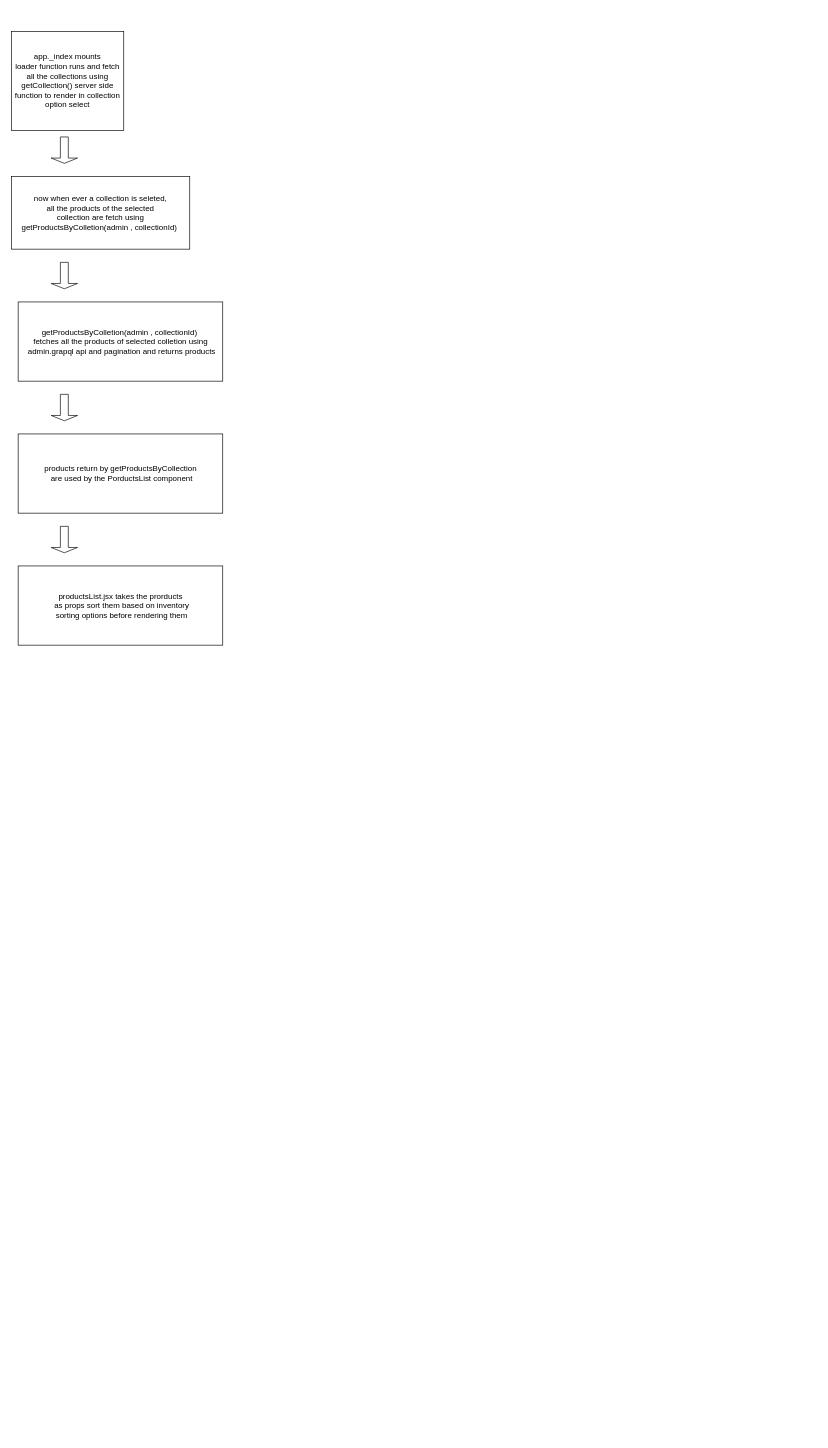
The draw.io diagram Untitled Diagram.drawio in AttaMishwani/webhook, before the edit. Source tidied: cells renumbered, new cells numbered last; positions are measured from the earlier drawing's top-left corner, leaving out a move shared by most shapes. Both pictures are drawn from the tidied source at 66%, with x=0, y=0 at pixel (11, 31).
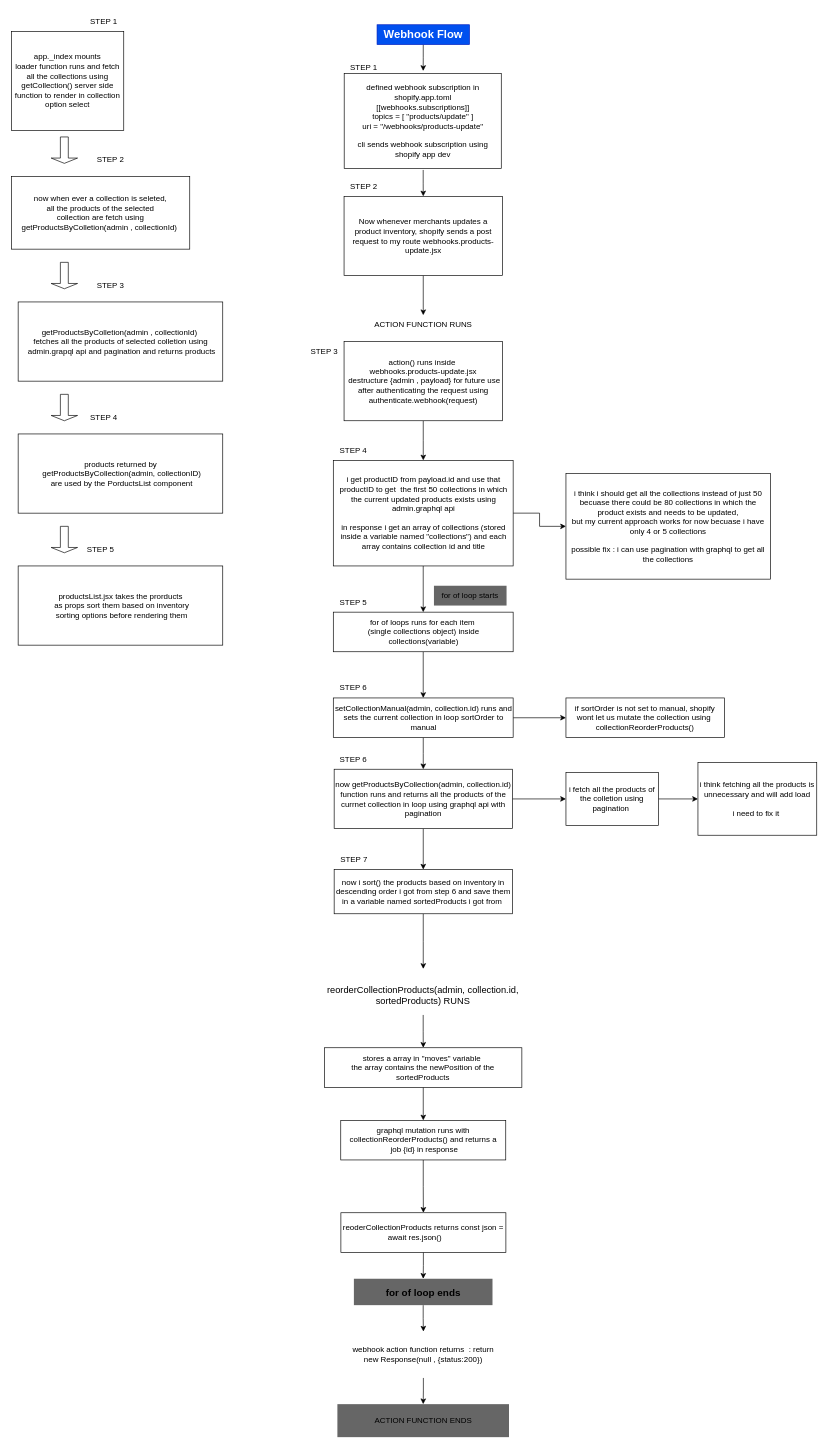
After the change.

Diff of the diagram source:
```diff
@@
-    <mxCell id="8" value="products return by getProductsByCollection&lt;div&gt;&amp;nbsp;are used by the PorductsList component&lt;/div&gt;" style="rounded=0;html=1;" parent="1" vertex="1">
+    <mxCell id="8" value="products returned by&lt;div&gt;&amp;nbsp;getProductsByCollection(admin, collectionID)&lt;div&gt;&amp;nbsp;are used by the PorductsList component&lt;/div&gt;&lt;/div&gt;" style="rounded=0;html=1;" parent="1" vertex="1">
       <mxGeometry x="10" y="610" width="310" height="120" as="geometry" />
     </mxCell>
@@
+    <mxCell id="11" value="STEP 1" style="text;html=1;whiteSpace=wrap;strokeColor=none;fillColor=none;align=center;verticalAlign=middle;rounded=0;" parent="1" vertex="1">
+      <mxGeometry x="110" y="-30" width="60" height="30" as="geometry" />
+    </mxCell>
+    <mxCell id="12" value="STEP 2" style="text;html=1;whiteSpace=wrap;strokeColor=none;fillColor=none;align=center;verticalAlign=middle;rounded=0;" parent="1" vertex="1">
+      <mxGeometry x="120" y="180" width="60" height="30" as="geometry" />
+    </mxCell>
+    <mxCell id="13" value="STEP 3" style="text;html=1;whiteSpace=wrap;strokeColor=none;fillColor=none;align=center;verticalAlign=middle;rounded=0;" parent="1" vertex="1">
+      <mxGeometry x="120" y="370" width="60" height="30" as="geometry" />
+    </mxCell>
+    <mxCell id="14" value="STEP 4" style="text;html=1;whiteSpace=wrap;strokeColor=none;fillColor=none;align=center;verticalAlign=middle;rounded=0;" parent="1" vertex="1">
+      <mxGeometry x="110" y="570" width="60" height="30" as="geometry" />
+    </mxCell>
+    <mxCell id="15" value="STEP 5" style="text;html=1;whiteSpace=wrap;strokeColor=none;fillColor=none;align=center;verticalAlign=middle;rounded=0;" parent="1" vertex="1">
+      <mxGeometry x="105" y="770" width="60" height="30" as="geometry" />
+    </mxCell>
+    <mxCell id="16" style="edgeStyle=orthogonalEdgeStyle;rounded=0;jettySize=auto;html=1;" parent="1" edge="1" source="17" target="19">
+      <mxGeometry relative="1" as="geometry" />
+    </mxCell>
+    <mxCell id="17" value="Webhook Flow" style="text;html=1;whiteSpace=wrap;strokeColor=#001DBC;fillColor=#0050ef;align=center;verticalAlign=middle;rounded=0;fontColor=#ffffff;gradientColor=none;fontSize=17;fontStyle=1;" parent="1" vertex="1">
+      <mxGeometry x="553.8" y="-10" width="140" height="30" as="geometry" />
+    </mxCell>
+    <mxCell id="18" style="edgeStyle=orthogonalEdgeStyle;rounded=0;jettySize=auto;html=1;" parent="1" edge="1" source="19" target="21">
+      <mxGeometry relative="1" as="geometry" />
+    </mxCell>
+    <mxCell id="19" value="&lt;br&gt;defined webhook subscription in shopify.app.toml&lt;div style=&quot;forced-color-adjust: none; box-shadow: none !important;&quot;&gt;&lt;div style=&quot;forced-color-adjust: none; box-shadow: none !important;&quot;&gt;[[webhooks.subscriptions]]&lt;/div&gt;&lt;div style=&quot;forced-color-adjust: none; box-shadow: none !important;&quot;&gt;topics = [ &quot;products/update&quot; ]&lt;/div&gt;&lt;div style=&quot;forced-color-adjust: none; box-shadow: none !important;&quot;&gt;uri = &quot;/webhooks/products-update&quot;&lt;/div&gt;&lt;/div&gt;&lt;div style=&quot;forced-color-adjust: none; box-shadow: none !important;&quot;&gt;&lt;br style=&quot;forced-color-adjust: none; box-shadow: none !important;&quot;&gt;&lt;/div&gt;&lt;div style=&quot;forced-color-adjust: none; box-shadow: none !important;&quot;&gt;cli sends webhook subscription using shopify app dev&lt;/div&gt;&lt;div style=&quot;forced-color-adjust: none; box-shadow: none !important;&quot;&gt;&lt;br&gt;&lt;/div&gt;" style="text;html=1;whiteSpace=wrap;strokeColor=none;fillColor=none;align=center;verticalAlign=middle;rounded=0;labelBackgroundColor=default;labelBorderColor=light-dark(#000000,#4D4D4D);spacingTop=2;spacing=4;" parent="1" vertex="1">
+      <mxGeometry x="501.2" y="60" width="245" height="150" as="geometry" />
+    </mxCell>
+    <mxCell id="20" style="edgeStyle=orthogonalEdgeStyle;rounded=0;jettySize=auto;html=1;" parent="1" edge="1" source="21" target="24">
+      <mxGeometry relative="1" as="geometry" />
+    </mxCell>
+    <mxCell id="21" value="Now whenever merchants updates a product inventory, shopify sends a post request to my route webhooks.products-update.jsx" style="rounded=0;whiteSpace=wrap;html=1;strokeColor=light-dark(#000000,#4D4D4D);" parent="1" vertex="1">
+      <mxGeometry x="503.8" y="250" width="240" height="120" as="geometry" />
+    </mxCell>
+    <mxCell id="22" style="edgeStyle=orthogonalEdgeStyle;rounded=0;jettySize=auto;html=1;" parent="1" edge="1" source="23" target="27">
+      <mxGeometry relative="1" as="geometry" />
+    </mxCell>
+    <mxCell id="23" value="action() runs inside&amp;nbsp;&lt;div&gt;webhooks.products-update.jsx&lt;div&gt;&amp;nbsp;destructure {admin , payload} for future use after authenticating the request using authenticate.webhook(request)&lt;/div&gt;&lt;/div&gt;" style="rounded=0;whiteSpace=wrap;html=1;strokeColor=light-dark(#000000,#4D4D4D);" parent="1" vertex="1">
+      <mxGeometry x="503.8" y="470" width="240" height="120" as="geometry" />
+    </mxCell>
+    <mxCell id="24" value="ACTION FUNCTION RUNS" style="text;html=1;whiteSpace=wrap;strokeColor=none;fillColor=light-dark(#FFFFFF,#333333);align=center;verticalAlign=middle;rounded=0;" parent="1" vertex="1">
+      <mxGeometry x="518.8" y="430" width="210" height="30" as="geometry" />
+    </mxCell>
+    <mxCell id="25" style="edgeStyle=orthogonalEdgeStyle;rounded=0;jettySize=auto;html=1;" parent="1" edge="1" source="27" target="28">
+      <mxGeometry relative="1" as="geometry" />
+    </mxCell>
+    <mxCell id="26" style="edgeStyle=orthogonalEdgeStyle;rounded=0;jettySize=auto;html=1;" parent="1" edge="1" source="27" target="30">
+      <mxGeometry relative="1" as="geometry" />
+    </mxCell>
+    <mxCell id="27" value="i get productID from payload.id and use that productID to get&amp;nbsp; the first 50 collections in which the current updated products exists using admin.graphql api&lt;div&gt;&lt;br&gt;&lt;/div&gt;&lt;div&gt;in response i get an array of collections (stored inside a variable named &quot;collections&quot;) and each array contains collection id and title&lt;/div&gt;" style="rounded=0;whiteSpace=wrap;html=1;strokeColor=light-dark(#000000,#4D4D4D);" parent="1" vertex="1">
+      <mxGeometry x="487.5" y="650" width="272.5" height="160" as="geometry" />
+    </mxCell>
+    <mxCell id="28" value="i think i should get all the collections instead of just 50 becuase there could be 80 collections in which the product exists and needs to be updated,&lt;div&gt;but my current approach works for now becuase i have only 4 or 5 collections&lt;/div&gt;&lt;div&gt;&lt;br&gt;&lt;/div&gt;&lt;div&gt;possible fix : i can use pagination with graphql to get all the collections&lt;/div&gt;" style="whiteSpace=wrap;html=1;strokeColor=light-dark(#000000,#4D4D4D);rounded=0;fillColor=light-dark(#FFFFFF,#FF3333);" parent="1" vertex="1">
+      <mxGeometry x="840" y="670" width="310" height="160" as="geometry" />
+    </mxCell>
+    <mxCell id="29" style="edgeStyle=orthogonalEdgeStyle;rounded=0;jettySize=auto;html=1;" parent="1" edge="1" source="30" target="34">
+      <mxGeometry relative="1" as="geometry" />
+    </mxCell>
+    <mxCell id="30" value="for of loops runs for each item&amp;nbsp;&lt;div&gt;(single collections object) inside collections(variable)&lt;/div&gt;" style="rounded=0;whiteSpace=wrap;html=1;strokeColor=light-dark(#000000,#4D4D4D);" parent="1" vertex="1">
+      <mxGeometry x="487.5" y="880" width="272.5" height="60" as="geometry" />
+    </mxCell>
+    <mxCell id="31" value="for of loop starts" style="text;html=1;whiteSpace=wrap;strokeColor=none;fillColor=light-dark(#666666,#333333);align=center;verticalAlign=middle;rounded=0;fontFamily=Helvetica;fontSize=12;fontColor=default;" parent="1" vertex="1">
+      <mxGeometry x="640" y="840" width="110" height="30" as="geometry" />
+    </mxCell>
+    <mxCell id="32" style="edgeStyle=orthogonalEdgeStyle;rounded=0;jettySize=auto;html=1;" parent="1" edge="1" source="34" target="35">
+      <mxGeometry relative="1" as="geometry" />
+    </mxCell>
+    <mxCell id="33" style="edgeStyle=orthogonalEdgeStyle;rounded=0;jettySize=auto;html=1;" parent="1" edge="1" source="34" target="38">
+      <mxGeometry relative="1" as="geometry" />
+    </mxCell>
+    <mxCell id="34" value="setCollectionManual(admin, collection.id) runs and sets the current collection in loop sortOrder to manual" style="rounded=0;whiteSpace=wrap;html=1;strokeColor=light-dark(#000000,#4D4D4D);" parent="1" vertex="1">
+      <mxGeometry x="487.5" y="1010" width="272.5" height="60" as="geometry" />
+    </mxCell>
+    <mxCell id="35" value="if sortOrder is not set to manual, shopify wont let us mutate the collection using&amp;nbsp; collectionReorderProducts()" style="whiteSpace=wrap;html=1;strokeColor=light-dark(#000000,#4D4D4D);rounded=0;fillColor=light-dark(#FFFFFF,#808080);" parent="1" vertex="1">
+      <mxGeometry x="840" y="1010" width="240" height="60" as="geometry" />
+    </mxCell>
+    <mxCell id="36" style="edgeStyle=orthogonalEdgeStyle;rounded=0;jettySize=auto;html=1;" parent="1" edge="1" source="38" target="47">
+      <mxGeometry relative="1" as="geometry" />
+    </mxCell>
+    <mxCell id="37" style="edgeStyle=orthogonalEdgeStyle;rounded=0;jettySize=auto;html=1;" parent="1" edge="1" source="38" target="50">
+      <mxGeometry relative="1" as="geometry" />
+    </mxCell>
+    <mxCell id="38" value="now getProductsByCollection(admin, collection.id) function runs and returns all the products of the currnet collection in loop using graphql api with pagination" style="whiteSpace=wrap;html=1;strokeColor=light-dark(#000000,#4D4D4D);rounded=0;" parent="1" vertex="1">
+      <mxGeometry x="488.8" y="1118" width="270" height="90" as="geometry" />
+    </mxCell>
+    <mxCell id="39" value="STEP 1" style="text;html=1;whiteSpace=wrap;strokeColor=none;fillColor=none;align=center;verticalAlign=middle;rounded=0;" parent="1" vertex="1">
+      <mxGeometry x="503.8" y="40" width="60" height="30" as="geometry" />
+    </mxCell>
+    <mxCell id="40" value="STEP 2" style="text;html=1;whiteSpace=wrap;strokeColor=none;fillColor=none;align=center;verticalAlign=middle;rounded=0;" parent="1" vertex="1">
+      <mxGeometry x="503.8" y="220" width="60" height="30" as="geometry" />
+    </mxCell>
+    <mxCell id="41" value="STEP 3" style="text;html=1;whiteSpace=wrap;strokeColor=none;fillColor=none;align=center;verticalAlign=middle;rounded=0;" parent="1" vertex="1">
+      <mxGeometry x="443.8" y="470" width="60" height="30" as="geometry" />
+    </mxCell>
+    <mxCell id="42" value="STEP 4" style="text;html=1;whiteSpace=wrap;strokeColor=none;fillColor=none;align=center;verticalAlign=middle;rounded=0;" parent="1" vertex="1">
+      <mxGeometry x="487.5" y="620" width="60" height="30" as="geometry" />
+    </mxCell>
+    <mxCell id="43" value="STEP 5" style="text;html=1;whiteSpace=wrap;strokeColor=none;fillColor=none;align=center;verticalAlign=middle;rounded=0;" parent="1" vertex="1">
+      <mxGeometry x="487.5" y="850" width="60" height="30" as="geometry" />
+    </mxCell>
+    <mxCell id="44" value="STEP 6" style="text;html=1;whiteSpace=wrap;strokeColor=none;fillColor=none;align=center;verticalAlign=middle;rounded=0;" parent="1" vertex="1">
+      <mxGeometry x="487.5" y="980" width="60" height="30" as="geometry" />
+    </mxCell>
+    <mxCell id="45" value="STEP 6" style="text;html=1;whiteSpace=wrap;strokeColor=none;fillColor=none;align=center;verticalAlign=middle;rounded=0;" parent="1" vertex="1">
+      <mxGeometry x="487.5" y="1088" width="60" height="30" as="geometry" />
+    </mxCell>
+    <mxCell id="46" style="edgeStyle=orthogonalEdgeStyle;rounded=0;jettySize=auto;html=1;" parent="1" edge="1" source="47" target="48">
+      <mxGeometry relative="1" as="geometry" />
+    </mxCell>
+    <mxCell id="47" value="i fetch all the products of the colletion using pagination&amp;nbsp;" style="whiteSpace=wrap;html=1;strokeColor=light-dark(#000000,#4D4D4D);rounded=0;fillColor=light-dark(#FFFFFF,#808080);" parent="1" vertex="1">
+      <mxGeometry x="840" y="1123" width="140" height="80" as="geometry" />
+    </mxCell>
+    <mxCell id="48" value="i think fetching all the products is unnecessary and will add load&lt;div&gt;&lt;br&gt;&lt;/div&gt;&lt;div&gt;i need to fix it&amp;nbsp;&lt;/div&gt;" style="whiteSpace=wrap;html=1;strokeColor=light-dark(#000000,#4D4D4D);rounded=0;fillColor=light-dark(#FFFFFF,#FF3333);" parent="1" vertex="1">
+      <mxGeometry x="1040" y="1108" width="180" height="110" as="geometry" />
+    </mxCell>
+    <mxCell id="49" style="edgeStyle=orthogonalEdgeStyle;rounded=0;jettySize=auto;html=1;" parent="1" edge="1" source="50">
+      <mxGeometry relative="1" as="geometry">
+        <mxPoint x="623.8" y="1420.5" as="targetPoint" />
+      </mxGeometry>
+    </mxCell>
+    <mxCell id="50" value="now i sort() the products based on inventory in descending order i got from step 6&amp;nbsp;and save them in a variable named sortedProducts i got from&amp;nbsp;" style="whiteSpace=wrap;html=1;strokeColor=light-dark(#000000,#4D4D4D);rounded=0;" parent="1" vertex="1">
+      <mxGeometry x="488.8" y="1270" width="270" height="67" as="geometry" />
+    </mxCell>
+    <mxCell id="51" value="STEP 7" style="text;html=1;whiteSpace=wrap;strokeColor=none;fillColor=none;align=center;verticalAlign=middle;rounded=0;" parent="1" vertex="1">
+      <mxGeometry x="488.8" y="1240" width="60" height="30" as="geometry" />
+    </mxCell>
+    <mxCell id="52" style="edgeStyle=orthogonalEdgeStyle;rounded=0;jettySize=auto;html=1;" parent="1" edge="1" source="53" target="55">
+      <mxGeometry relative="1" as="geometry" />
+    </mxCell>
+    <mxCell id="53" value="&lt;h3&gt;&lt;span style=&quot;font-weight: 400;&quot;&gt;reorderCollectionProducts(admin, collection.id, sortedProducts) RUNS&lt;/span&gt;&lt;/h3&gt;" style="text;html=1;whiteSpace=wrap;strokeColor=none;fillColor=light-dark(#FFFFFF,#333333);align=center;verticalAlign=middle;rounded=0;fontFamily=Helvetica;fontSize=12;fontColor=default;fontStyle=0;" parent="1" vertex="1">
+      <mxGeometry x="473.1" y="1430" width="301.2" height="60" as="geometry" />
+    </mxCell>
+    <mxCell id="54" style="edgeStyle=orthogonalEdgeStyle;rounded=0;jettySize=auto;html=1;" parent="1" edge="1" source="55" target="57">
+      <mxGeometry relative="1" as="geometry" />
+    </mxCell>
+    <mxCell id="55" value="stores a array in &quot;moves&quot; variable&amp;nbsp;&lt;div&gt;the array contains the newPosition of the sortedProducts&lt;/div&gt;" style="whiteSpace=wrap;html=1;fillColor=default;strokeColor=light-dark(#000000,#4D4D4D);gradientColor=none;rounded=0;fontStyle=0;" parent="1" vertex="1">
+      <mxGeometry x="474.4" y="1540" width="298.8" height="60" as="geometry" />
+    </mxCell>
+    <mxCell id="56" style="edgeStyle=orthogonalEdgeStyle;rounded=0;jettySize=auto;html=1;" parent="1" edge="1" source="57" target="59">
+      <mxGeometry relative="1" as="geometry" />
+    </mxCell>
+    <mxCell id="57" value="graphql mutation runs with collectionReorderProducts() and returns a&lt;div&gt;&amp;nbsp;job {id} in response&lt;/div&gt;" style="whiteSpace=wrap;html=1;strokeColor=light-dark(#000000,#4D4D4D);gradientColor=none;rounded=0;fontStyle=0;" parent="1" vertex="1">
+      <mxGeometry x="498.8" y="1650" width="250" height="60" as="geometry" />
+    </mxCell>
+    <mxCell id="58" style="edgeStyle=orthogonalEdgeStyle;rounded=0;jettySize=auto;html=1;" parent="1" edge="1" source="59" target="61">
+      <mxGeometry relative="1" as="geometry" />
+    </mxCell>
+    <mxCell id="59" value="reoderCollectionProducts returns const json = await res.json()&lt;span style=&quot;white-space: pre;&quot;&gt;&#9;&lt;/span&gt;" style="whiteSpace=wrap;html=1;strokeColor=light-dark(#000000,#4D4D4D);gradientColor=none;rounded=0;fontStyle=0;" parent="1" vertex="1">
+      <mxGeometry x="499" y="1790" width="250" height="60" as="geometry" />
+    </mxCell>
+    <mxCell id="60" style="edgeStyle=orthogonalEdgeStyle;rounded=0;jettySize=auto;html=1;" parent="1" edge="1" source="61" target="63">
+      <mxGeometry relative="1" as="geometry" />
+    </mxCell>
+    <mxCell id="61" value="&lt;b&gt;&lt;font style=&quot;font-size: 15px;&quot;&gt;for of loop ends&lt;/font&gt;&lt;/b&gt;" style="text;html=1;whiteSpace=wrap;strokeColor=none;fillColor=light-dark(#666666,#333333);align=center;verticalAlign=middle;rounded=0;fontFamily=Helvetica;fontSize=12;fontColor=default;" parent="1" vertex="1">
+      <mxGeometry x="518.7" y="1890" width="210" height="40" as="geometry" />
+    </mxCell>
+    <mxCell id="62" style="edgeStyle=orthogonalEdgeStyle;rounded=0;jettySize=auto;html=1;" parent="1" edge="1" source="63" target="64">
+      <mxGeometry relative="1" as="geometry" />
+    </mxCell>
+    <mxCell id="63" value="webhook action function returns&amp;nbsp; : return new Response(null , {status:200})" style="whiteSpace=wrap;html=1;fillColor=default;strokeColor=none;gradientColor=none;rounded=0;" parent="1" vertex="1">
+      <mxGeometry x="504" y="1970" width="240" height="70" as="geometry" />
+    </mxCell>
+    <mxCell id="64" value="ACTION FUNCTION ENDS" style="whiteSpace=wrap;html=1;fillColor=light-dark(#666666,#333333);strokeColor=none;gradientColor=none;rounded=0;" parent="1" vertex="1">
+      <mxGeometry x="493.7" y="2080" width="260" height="50" as="geometry" />
+    </mxCell>
```
